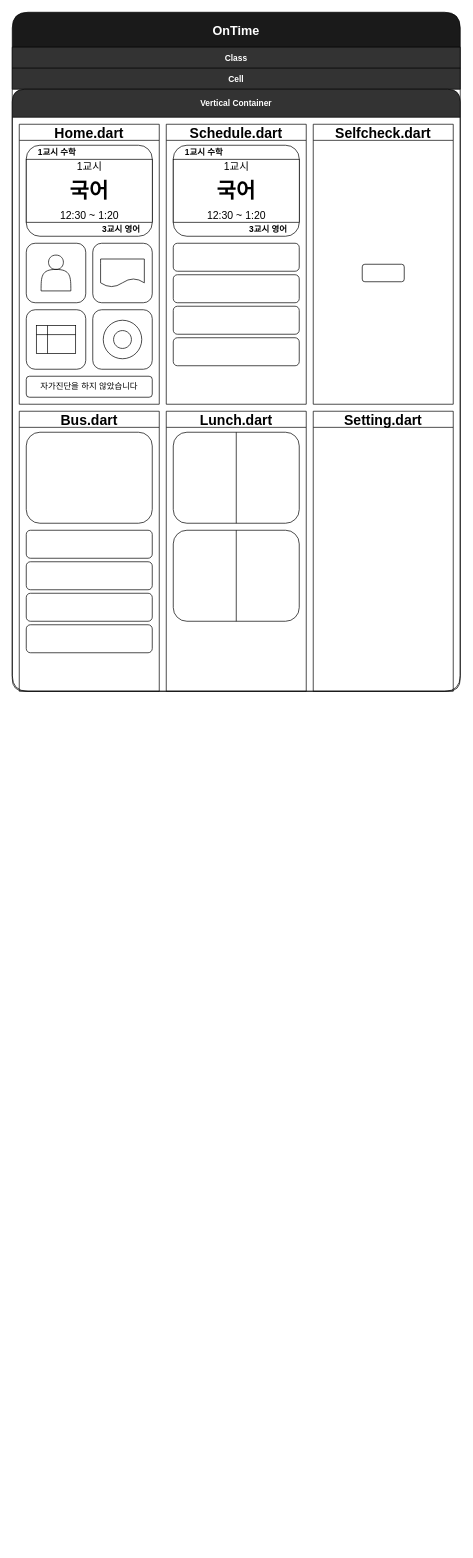
Earlier version of the draw.io diagram Drawio-Ontime.drawio (rooky0509/ontime). Source tidied: cells renumbered, new cells numbered last; positions are measured from the earlier drawing's top-left corner, leaving out a move shared by most shapes. Both pictures are drawn from the tidied source at 70%, with x=0, y=0 at pixel (12, 12).
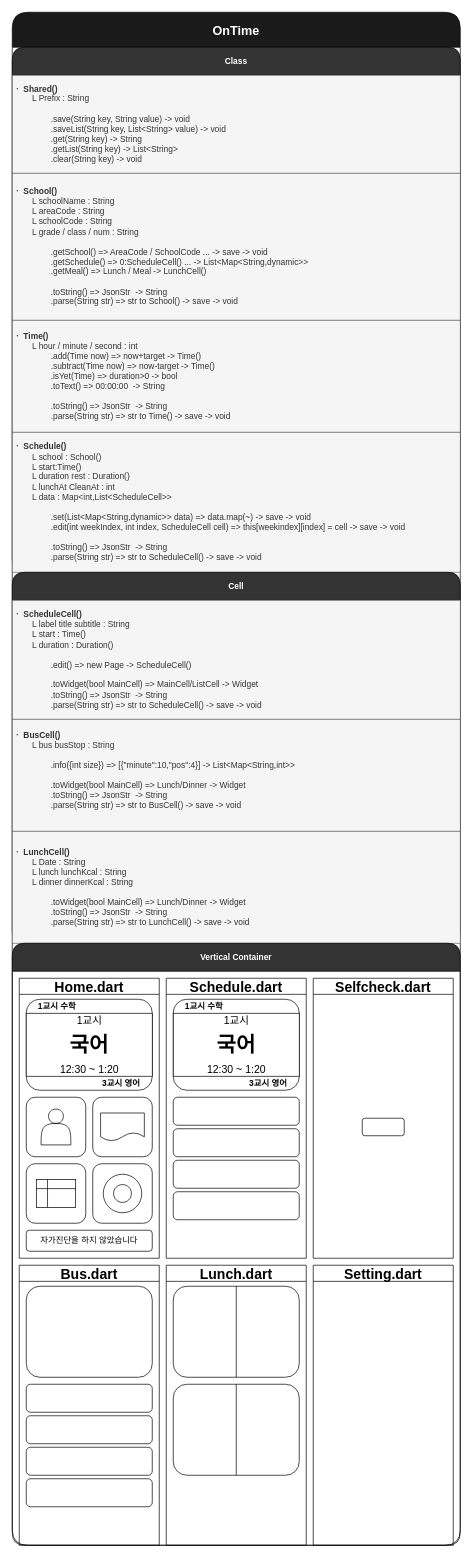
The same page after the edit.

Diff of the diagram source:
```diff
@@
     <mxCell id="2" value="OnTime" style="swimlane;fontStyle=1;horizontal=1;startSize=50;rounded=1;fontFamily=Helvetica;fontSize=18;fontColor=#ffffff;strokeColor=#000000;strokeWidth=1;fillColor=#1A1A1A;" parent="1" vertex="1">
-      <mxGeometry width="640" height="970" as="geometry" />
+      <mxGeometry width="640" height="2190" as="geometry" />
     </mxCell>
-    <mxCell id="3" value="Class" style="swimlane;fontStyle=1;horizontal=1;startSize=40;rounded=1;fillColor=#333333;strokeColor=#000000;fontColor=#ffffff;strokeWidth=1;" parent="2" vertex="1" collapsed="1">
-      <mxGeometry y="50" width="640" height="30" as="geometry" />
+    <mxCell id="3" value="Class" style="swimlane;fontStyle=1;horizontal=1;startSize=40;rounded=1;fillColor=#333333;strokeColor=#000000;fontColor=#ffffff;strokeWidth=1;" parent="2" vertex="1">
+      <mxGeometry y="50" width="640" height="750" as="geometry" />
     </mxCell>
+    <mxCell id="50" value="&lt;span style=&quot;font-weight: bold&quot;&gt;ㆍ Shared()&lt;br&gt;&lt;/span&gt;&lt;span style=&quot;white-space: pre&quot;&gt;&#9;&lt;/span&gt;L Prefix : String&lt;br style=&quot;padding: 0px ; margin: 0px&quot;&gt;&lt;br style=&quot;padding: 0px ; margin: 0px&quot;&gt;&lt;span style=&quot;white-space: pre&quot;&gt;&#9;&lt;/span&gt;&lt;span style=&quot;white-space: pre&quot;&gt;&#9;&lt;/span&gt;.save(String key, String value) -&amp;gt; void&lt;br&gt;&lt;span style=&quot;white-space: pre&quot;&gt;&#9;&lt;/span&gt;&lt;span style=&quot;white-space: pre&quot;&gt;&#9;&lt;/span&gt;.saveList(String key, List&amp;lt;String&amp;gt; value) -&amp;gt; void&lt;br&gt;&lt;span&gt;&lt;span style=&quot;white-space: pre&quot;&gt;&#9;&lt;/span&gt;&lt;span style=&quot;white-space: pre&quot;&gt;&#9;&lt;/span&gt;.get(String key) -&amp;gt; String&lt;/span&gt;&lt;br&gt;&lt;span style=&quot;white-space: pre&quot;&gt;&#9;&lt;/span&gt;&lt;span style=&quot;white-space: pre&quot;&gt;&#9;&lt;/span&gt;.getList(String key) -&amp;gt; List&amp;lt;String&amp;gt;&lt;br&gt;&lt;span&gt;&lt;span style=&quot;white-space: pre&quot;&gt;&#9;&lt;/span&gt;&lt;span style=&quot;white-space: pre&quot;&gt;&#9;&lt;/span&gt;.clear(String key) -&amp;gt; void&lt;/span&gt;" style="rounded=0;whiteSpace=wrap;html=1;align=left;fillColor=#f5f5f5;fontColor=#333333;strokeColor=#666666;strokeWidth=1;" parent="3" vertex="1">
+      <mxGeometry y="40" width="640" height="140" as="geometry" />
+    </mxCell>
+    <mxCell id="51" value="&lt;b&gt;ㆍ&amp;nbsp;School()&lt;/b&gt;&lt;div&gt;&lt;span style=&quot;white-space: pre&quot;&gt;&#9;&lt;/span&gt;L schoolName : String&lt;/div&gt;&lt;div&gt;&lt;span&gt;&#9;&#9;&lt;/span&gt;&lt;span style=&quot;white-space: pre&quot;&gt;&#9;&lt;/span&gt;L areaCode : String&lt;/div&gt;&lt;div&gt;&lt;span&gt;&#9;&#9;&lt;/span&gt;&lt;span style=&quot;white-space: pre&quot;&gt;&#9;&lt;/span&gt;L schoolCode : String&lt;/div&gt;&lt;div&gt;&lt;span&gt;&#9;&lt;/span&gt;&lt;span style=&quot;white-space: pre&quot;&gt;&#9;&lt;/span&gt;L grade / class / num : String&lt;/div&gt;&lt;div&gt;&lt;br&gt;&lt;/div&gt;&lt;div&gt;&lt;span&gt;&#9;&lt;/span&gt;&lt;span style=&quot;white-space: pre&quot;&gt;&#9;&lt;/span&gt;&lt;span style=&quot;white-space: pre&quot;&gt;&#9;&lt;/span&gt;.getSchool() =&amp;gt; AreaCode / SchoolCode ... -&amp;gt; save -&amp;gt; void&lt;/div&gt;&lt;div&gt;&lt;span&gt;&#9;&lt;/span&gt;&lt;span style=&quot;white-space: pre&quot;&gt;&#9;&lt;/span&gt;&lt;span style=&quot;white-space: pre&quot;&gt;&#9;&lt;/span&gt;.getSchedule() =&amp;gt; 0:ScheduleCell() ... -&amp;gt; List&amp;lt;Map&amp;lt;String,dynamic&amp;gt;&amp;gt;&lt;/div&gt;&lt;div&gt;&lt;span&gt;&#9;&lt;/span&gt;&lt;span style=&quot;white-space: pre&quot;&gt;&#9;&lt;/span&gt;&lt;span style=&quot;white-space: pre&quot;&gt;&#9;&lt;/span&gt;.getMeal() =&amp;gt; Lunch / Meal -&amp;gt; LunchCell()&lt;/div&gt;&lt;div&gt;&lt;br&gt;&lt;/div&gt;&lt;div&gt;&lt;span&gt;&#9;&lt;/span&gt;&lt;span style=&quot;white-space: pre&quot;&gt;&#9;&lt;/span&gt;&lt;span style=&quot;white-space: pre&quot;&gt;&#9;&lt;/span&gt;.toString() =&amp;gt; JsonStr&amp;nbsp; -&amp;gt; String&lt;/div&gt;&lt;div&gt;&lt;span&gt;&#9;&lt;/span&gt;&lt;span style=&quot;white-space: pre&quot;&gt;&#9;&lt;/span&gt;&lt;span style=&quot;white-space: pre&quot;&gt;&#9;&lt;/span&gt;.parse(String str) =&amp;gt; str to School() -&amp;gt; save -&amp;gt; void&lt;/div&gt;" style="rounded=0;whiteSpace=wrap;html=1;align=left;fillColor=#f5f5f5;fontColor=#333333;strokeColor=#666666;strokeWidth=1;" parent="3" vertex="1">
+      <mxGeometry y="180" width="640" height="210" as="geometry" />
+    </mxCell>
+    <mxCell id="52" value="&lt;div&gt;&lt;b&gt;ㆍ Time()&lt;/b&gt;&lt;/div&gt;&lt;div&gt;&lt;span style=&quot;white-space: pre&quot;&gt;&#9;&lt;/span&gt;L hour / minute / second : int&lt;/div&gt;&lt;div&gt;&lt;span&gt;&#9;&lt;/span&gt;&lt;/div&gt;&lt;div&gt;&lt;span&gt;&#9;&lt;/span&gt;&lt;span style=&quot;white-space: pre&quot;&gt;&#9;&lt;/span&gt;&lt;span style=&quot;white-space: pre&quot;&gt;&#9;&lt;/span&gt;.add(Time now) =&amp;gt; now+target -&amp;gt; Time()&lt;/div&gt;&lt;div&gt;&lt;span&gt;&#9;&lt;/span&gt;&lt;span style=&quot;white-space: pre&quot;&gt;&#9;&lt;/span&gt;&lt;span style=&quot;white-space: pre&quot;&gt;&#9;&lt;/span&gt;.subtract(Time now) =&amp;gt; now-target -&amp;gt; Time()&lt;/div&gt;&lt;div&gt;&lt;span&gt;&#9;&lt;/span&gt;&lt;span style=&quot;white-space: pre&quot;&gt;&#9;&lt;/span&gt;&lt;span style=&quot;white-space: pre&quot;&gt;&#9;&lt;/span&gt;.isYet(Time) =&amp;gt; duration&amp;gt;0 -&amp;gt; bool&lt;/div&gt;&lt;div&gt;&lt;span&gt;&#9;&lt;/span&gt;&lt;span style=&quot;white-space: pre&quot;&gt;&#9;&lt;/span&gt;&lt;span style=&quot;white-space: pre&quot;&gt;&#9;&lt;/span&gt;.toText() =&amp;gt; 00:00:00&amp;nbsp; -&amp;gt; String&lt;/div&gt;&lt;div&gt;&lt;br&gt;&lt;/div&gt;&lt;div&gt;&lt;span&gt;&#9;&lt;/span&gt;&lt;span style=&quot;white-space: pre&quot;&gt;&#9;&lt;/span&gt;&lt;span style=&quot;white-space: pre&quot;&gt;&#9;&lt;/span&gt;.toString() =&amp;gt; JsonStr&amp;nbsp; -&amp;gt; String&lt;/div&gt;&lt;div&gt;&#9;&lt;span style=&quot;white-space: pre&quot;&gt;&#9;&lt;/span&gt;&lt;span style=&quot;white-space: pre&quot;&gt;&#9;&lt;/span&gt;.parse(String str) =&amp;gt; str to Time() -&amp;gt; save -&amp;gt; void&lt;/div&gt;" style="rounded=0;whiteSpace=wrap;html=1;align=left;fillColor=#f5f5f5;fontColor=#333333;strokeColor=#666666;strokeWidth=1;" parent="3" vertex="1">
+      <mxGeometry y="390" width="640" height="160" as="geometry" />
+    </mxCell>
+    <mxCell id="53" value="&lt;div&gt;&lt;b&gt;ㆍ Schedule()&lt;/b&gt;&lt;/div&gt;&lt;div&gt;&#9;&lt;span style=&quot;white-space: pre&quot;&gt;&#9;&lt;/span&gt;L school : School()&lt;/div&gt;&lt;div&gt;&lt;span&gt;&#9;&lt;/span&gt;&lt;span style=&quot;white-space: pre&quot;&gt;&#9;&lt;/span&gt;L start:Time()&lt;/div&gt;&lt;div&gt;&lt;span&gt;&#9;&lt;/span&gt;&lt;span style=&quot;white-space: pre&quot;&gt;&#9;&lt;/span&gt;L duration rest : Duration()&lt;/div&gt;&lt;div&gt;&lt;span&gt;&#9;&lt;/span&gt;&lt;span style=&quot;white-space: pre&quot;&gt;&#9;&lt;/span&gt;L lunchAt CleanAt : int&lt;/div&gt;&lt;div&gt;&lt;span&gt;&#9;&lt;/span&gt;&lt;span style=&quot;white-space: pre&quot;&gt;&#9;&lt;/span&gt;L data : Map&amp;lt;int,List&amp;lt;ScheduleCell&amp;gt;&amp;gt;&lt;/div&gt;&lt;div&gt;&lt;br&gt;&lt;/div&gt;&lt;div&gt;&lt;span&gt;&#9;&lt;/span&gt;&lt;span style=&quot;white-space: pre&quot;&gt;&#9;&lt;/span&gt;&lt;span style=&quot;white-space: pre&quot;&gt;&#9;&lt;/span&gt;.set(List&amp;lt;Map&amp;lt;String,dynamic&amp;gt;&amp;gt; data) =&amp;gt; data.map(~) -&amp;gt; save -&amp;gt; void&lt;/div&gt;&lt;div&gt;&lt;span&gt;&#9;&lt;/span&gt;&lt;span style=&quot;white-space: pre&quot;&gt;&#9;&lt;/span&gt;&lt;span style=&quot;white-space: pre&quot;&gt;&#9;&lt;/span&gt;.edit(int weekIndex, int index, ScheduleCell cell) =&amp;gt; this[weekindex][index] = cell -&amp;gt; save -&amp;gt; void&lt;/div&gt;&lt;div&gt;&lt;br&gt;&lt;/div&gt;&lt;div&gt;&lt;span&gt;&#9;&lt;/span&gt;&lt;span style=&quot;white-space: pre&quot;&gt;&#9;&lt;/span&gt;&lt;span style=&quot;white-space: pre&quot;&gt;&#9;&lt;/span&gt;.toString() =&amp;gt; JsonStr&amp;nbsp; -&amp;gt; String&lt;/div&gt;&lt;div&gt;&#9;&lt;span style=&quot;white-space: pre&quot;&gt;&#9;&lt;/span&gt;&lt;span style=&quot;white-space: pre&quot;&gt;&#9;&lt;/span&gt;.parse(String str) =&amp;gt; str to ScheduleCell() -&amp;gt; save -&amp;gt; void&lt;/div&gt;" style="rounded=0;whiteSpace=wrap;html=1;align=left;fillColor=#f5f5f5;fontColor=#333333;strokeColor=#666666;strokeWidth=1;" parent="3" vertex="1">
+      <mxGeometry y="550" width="640" height="200" as="geometry" />
+    </mxCell>
-    <mxCell id="4" value="Cell" style="swimlane;fontStyle=1;horizontal=1;startSize=40;rounded=1;fillColor=#333333;strokeColor=#000000;fontColor=#ffffff;strokeWidth=1;" parent="2" vertex="1" collapsed="1">
-      <mxGeometry y="80" width="640" height="30" as="geometry" />
+    <mxCell id="4" value="Cell" style="swimlane;fontStyle=1;horizontal=1;startSize=40;rounded=1;fillColor=#333333;strokeColor=#000000;fontColor=#ffffff;strokeWidth=1;" parent="2" vertex="1">
+      <mxGeometry y="800" width="640" height="530" as="geometry" />
     </mxCell>
+    <mxCell id="54" value="&lt;div&gt;&lt;b&gt;ㆍ ScheduleCell()&lt;/b&gt;&lt;/div&gt;&lt;div&gt;&#9;&lt;span style=&quot;white-space: pre&quot;&gt;&#9;&lt;/span&gt;L label title subtitle : String&lt;/div&gt;&lt;div&gt;&lt;span&gt;&#9;&lt;/span&gt;&lt;span style=&quot;white-space: pre&quot;&gt;&#9;&lt;/span&gt;L start : Time()&lt;/div&gt;&lt;div&gt;&lt;span&gt;&#9;&lt;/span&gt;&lt;span style=&quot;white-space: pre&quot;&gt;&#9;&lt;/span&gt;L duration : Duration()&lt;/div&gt;&lt;div&gt;&lt;br&gt;&lt;/div&gt;&lt;div&gt;&lt;span&gt;&#9;&lt;/span&gt;&lt;span style=&quot;white-space: pre&quot;&gt;&#9;&lt;span style=&quot;white-space: pre&quot;&gt;&#9;&lt;/span&gt;&lt;/span&gt;.edit() =&amp;gt; new Page -&amp;gt; ScheduleCell()&lt;/div&gt;&lt;div&gt;&lt;br&gt;&lt;/div&gt;&lt;div&gt;&lt;span&gt;&#9;&lt;/span&gt;&lt;span style=&quot;white-space: pre&quot;&gt;&#9;&lt;span style=&quot;white-space: pre&quot;&gt;&#9;&lt;/span&gt;&lt;/span&gt;.toWidget(bool MainCell) =&amp;gt; MainCell/ListCell -&amp;gt; Widget&lt;/div&gt;&lt;div&gt;&lt;span style=&quot;white-space: pre&quot;&gt;&#9;&lt;span style=&quot;white-space: pre&quot;&gt;&#9;&lt;/span&gt;&lt;/span&gt;.toString() =&amp;gt; JsonStr&amp;nbsp; -&amp;gt; String&lt;/div&gt;&lt;div&gt;&lt;span style=&quot;white-space: pre&quot;&gt;&#9;&lt;span style=&quot;white-space: pre&quot;&gt;&#9;&lt;/span&gt;&lt;/span&gt;.parse(String str) =&amp;gt; str to ScheduleCell() -&amp;gt; save -&amp;gt; void&lt;/div&gt;" style="rounded=0;whiteSpace=wrap;html=1;align=left;fillColor=#f5f5f5;fontColor=#333333;strokeColor=#666666;strokeWidth=1;" parent="4" vertex="1">
+      <mxGeometry y="40" width="640" height="170" as="geometry" />
+    </mxCell>
+    <mxCell id="55" value="&lt;div&gt;&lt;b&gt;ㆍ BusCell()&lt;/b&gt;&lt;/div&gt;&lt;div&gt;&#9;&lt;span style=&quot;white-space: pre&quot;&gt;&#9;&lt;/span&gt;L bus busStop : String&lt;/div&gt;&lt;div&gt;&lt;br&gt;&lt;/div&gt;&lt;div&gt;&lt;span&gt;&#9;&lt;/span&gt;&lt;span style=&quot;white-space: pre&quot;&gt;&#9;&lt;span style=&quot;white-space: pre&quot;&gt;&#9;&lt;/span&gt;&lt;/span&gt;.info({int size}) =&amp;gt; [{&quot;minute&quot;:10,&quot;pos&quot;:4}] -&amp;gt; List&amp;lt;Map&amp;lt;String,int&amp;gt;&amp;gt;&lt;/div&gt;&lt;div&gt;&lt;br&gt;&lt;/div&gt;&lt;div&gt;&lt;span&gt;&#9;&lt;/span&gt;&lt;span style=&quot;white-space: pre&quot;&gt;&lt;span style=&quot;white-space: pre&quot;&gt;&#9;&lt;/span&gt;&#9;&lt;/span&gt;.toWidget(bool MainCell) =&amp;gt; Lunch/Dinner -&amp;gt; Widget&lt;/div&gt;&lt;div&gt;&lt;span&gt;&#9;&lt;/span&gt;&lt;span style=&quot;white-space: pre&quot;&gt;&#9;&lt;/span&gt;&lt;span style=&quot;white-space: pre&quot;&gt;&#9;&lt;/span&gt;.toString() =&amp;gt; JsonStr&amp;nbsp; -&amp;gt; String&lt;/div&gt;&lt;div&gt;&lt;span&gt;&#9;&lt;/span&gt;&lt;span style=&quot;white-space: pre&quot;&gt;&lt;span style=&quot;white-space: pre&quot;&gt;&#9;&lt;/span&gt;&#9;&lt;/span&gt;.parse(String str) =&amp;gt; str to BusCell() -&amp;gt; save -&amp;gt; void&lt;/div&gt;&lt;div&gt;&lt;br&gt;&lt;/div&gt;" style="rounded=0;whiteSpace=wrap;html=1;align=left;fillColor=#f5f5f5;fontColor=#333333;strokeColor=#666666;strokeWidth=1;" parent="4" vertex="1">
+      <mxGeometry y="210" width="640" height="160" as="geometry" />
+    </mxCell>
+    <mxCell id="56" value="&lt;div&gt;&lt;b&gt;ㆍ LunchCell()&lt;/b&gt;&lt;/div&gt;&lt;div&gt;&#9;&lt;span style=&quot;white-space: pre&quot;&gt;&#9;&lt;/span&gt;L Date : String&lt;/div&gt;&lt;div&gt;&lt;span&gt;&#9;&lt;/span&gt;&lt;span style=&quot;white-space: pre&quot;&gt;&#9;&lt;/span&gt;L lunch lunchKcal : String&lt;/div&gt;&lt;div&gt;&lt;span&gt;&#9;&lt;/span&gt;&lt;span style=&quot;white-space: pre&quot;&gt;&#9;&lt;/span&gt;L dinner dinnerKcal : String&lt;/div&gt;&lt;div&gt;&lt;br&gt;&lt;/div&gt;&lt;div&gt;&lt;span&gt;&#9;&lt;/span&gt;&lt;span style=&quot;white-space: pre&quot;&gt;&#9;&lt;/span&gt;&lt;span style=&quot;white-space: pre&quot;&gt;&#9;&lt;/span&gt;.toWidget(bool MainCell) =&amp;gt; Lunch/Dinner -&amp;gt; Widget&lt;/div&gt;&lt;div&gt;&lt;span&gt;&#9;&lt;/span&gt;&lt;span style=&quot;white-space: pre&quot;&gt;&#9;&lt;/span&gt;&lt;span style=&quot;white-space: pre&quot;&gt;&#9;&lt;/span&gt;.toString() =&amp;gt; JsonStr&amp;nbsp; -&amp;gt; String&lt;/div&gt;&lt;div&gt;&#9;&lt;span style=&quot;white-space: pre&quot;&gt;&#9;&lt;/span&gt;&lt;span style=&quot;white-space: pre&quot;&gt;&#9;&lt;/span&gt;.parse(String str) =&amp;gt; str to LunchCell() -&amp;gt; save -&amp;gt; void&lt;/div&gt;" style="rounded=0;whiteSpace=wrap;html=1;align=left;fillColor=#f5f5f5;fontColor=#333333;strokeColor=#666666;strokeWidth=1;" parent="4" vertex="1">
+      <mxGeometry y="370" width="640" height="160" as="geometry" />
+    </mxCell>
     <mxCell id="5" value="Vertical Container" style="swimlane;rounded=1;fontFamily=Helvetica;fontSize=12;fontColor=#ffffff;startSize=40;strokeColor=#000000;strokeWidth=1;fillColor=#333333;" parent="2" vertex="1">
-      <mxGeometry y="110" width="640" height="860" as="geometry" />
+      <mxGeometry y="1330" width="640" height="860" as="geometry" />
     </mxCell>
```
